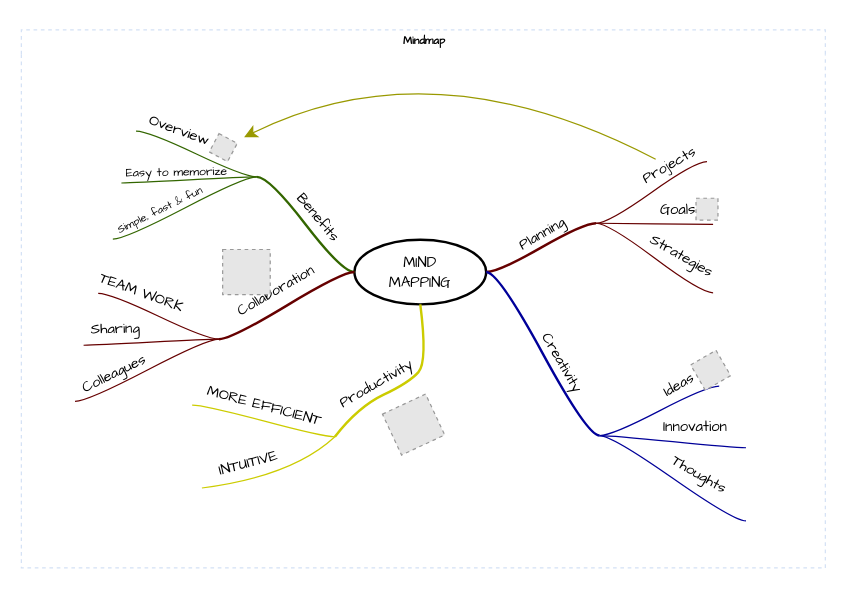
Above: 未命名绘图.drawio in Frank-34-02/Draw.io-diagrams.net- (draw.io), before the change. Source tidied: cells renumbered, new cells numbered last; positions are measured from the earlier drawing's top-left corner, leaving out a move shared by most shapes. Both pictures are drawn from the tidied source at 122%, with x=0, y=0 at pixel (21, 29). Pictures stored in the file or linked from it are replaced by grey dashed boxes.
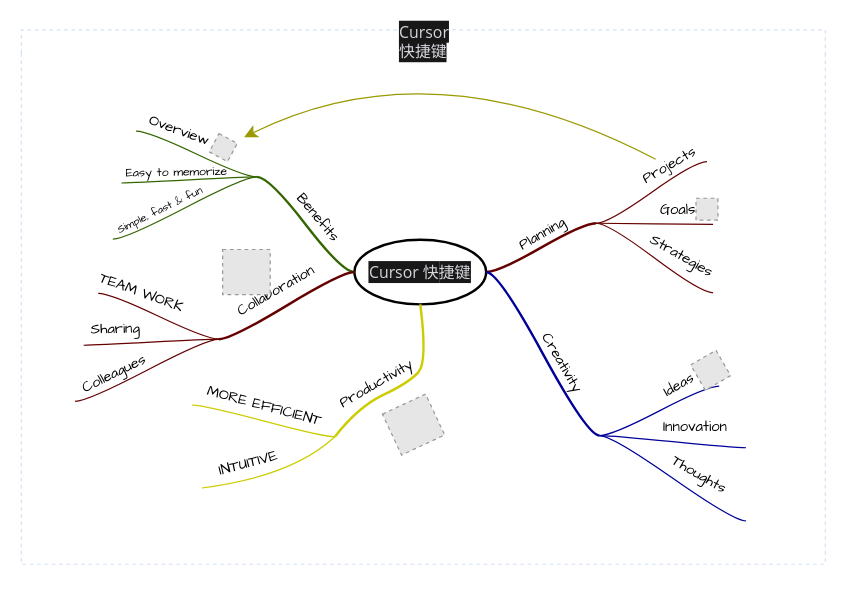
The same diagram, later.

Commit message:
Cursor 快捷键

The edit, as a diff of the source:
```diff
@@
-    <mxCell id="2" value="Mindmap" style="swimlane;html=1;startSize=20;horizontal=1;containerType=tree;labelBackgroundColor=none;strokeColor=#D4E1F5;strokeWidth=1;fillColor=none;fontFamily=Comic Sans MS;fontSize=9;swimlaneLine=0;dashed=1;" parent="1" vertex="1">
-      <mxGeometry width="659" height="441" as="geometry" />
+    <mxCell id="2" value="&lt;div style=&quot;text-align: left;&quot;&gt;&lt;font face=&quot;Segoe WPC, Segoe UI, Microsoft YaHei, sans-serif&quot; color=&quot;#d6d6dd&quot;&gt;&lt;span style=&quot;font-size: 13px; font-weight: 400; text-wrap: wrap; background-color: rgb(24, 24, 24);&quot;&gt;Cursor快捷键&lt;/span&gt;&lt;/font&gt;&lt;/div&gt;" style="swimlane;html=1;startSize=19;horizontal=1;containerType=tree;labelBackgroundColor=none;strokeColor=#D4E1F5;strokeWidth=1;fillColor=none;fontFamily=Comic Sans MS;fontSize=9;swimlaneLine=0;dashed=1;" parent="1" vertex="1">
+      <mxGeometry width="659" height="438" as="geometry" />
     </mxCell>
-    <mxCell id="3" value="&lt;font face=&quot;Comic Sans MS&quot;&gt;MIND&lt;br&gt;MAPPING&lt;/font&gt;" style="ellipse;whiteSpace=wrap;html=1;align=center;strokeWidth=2;" parent="2" vertex="1">
+    <mxCell id="3" value="&lt;font&gt;&lt;span style=&quot;color: rgb(214, 214, 221); font-family: &amp;quot;Segoe WPC&amp;quot;, &amp;quot;Segoe UI&amp;quot;, &amp;quot;Microsoft YaHei&amp;quot;, sans-serif; font-size: 13px; text-align: left; background-color: rgb(24, 24, 24);&quot;&gt;Cursor 快&lt;/span&gt;&lt;span style=&quot;color: rgb(214, 214, 221); font-family: &amp;quot;Segoe WPC&amp;quot;, &amp;quot;Segoe UI&amp;quot;, &amp;quot;Microsoft YaHei&amp;quot;, sans-serif; font-size: 13px; text-align: left; background-color: rgb(24, 24, 24);&quot;&gt;捷键&lt;/span&gt;&lt;/font&gt;" style="ellipse;whiteSpace=wrap;html=1;align=center;strokeWidth=2;" parent="2" vertex="1">
       <mxGeometry x="273" y="172" width="108" height="53" as="geometry" />
     </mxCell>
```
